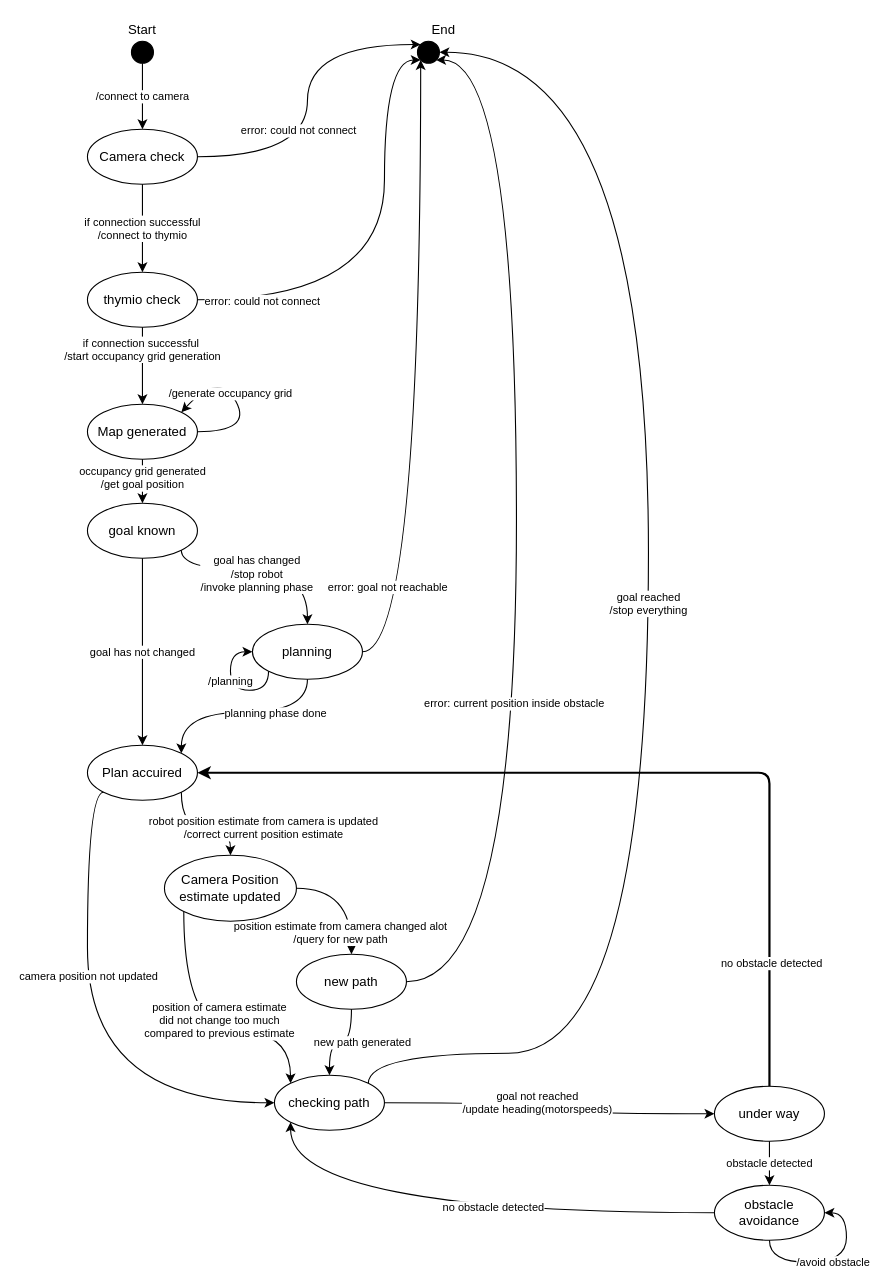
micht1/publicmobileRobotics keeps this draw.io diagram as documentation/stateEventRobotics.drawio. Above is the earlier version. Source tidied: cells renumbered, new cells numbered last; positions are measured from the earlier drawing's top-left corner, leaving out a move shared by most shapes. Both pictures are drawn from the tidied source at 110%, with x=0, y=0 at pixel (87, 19).
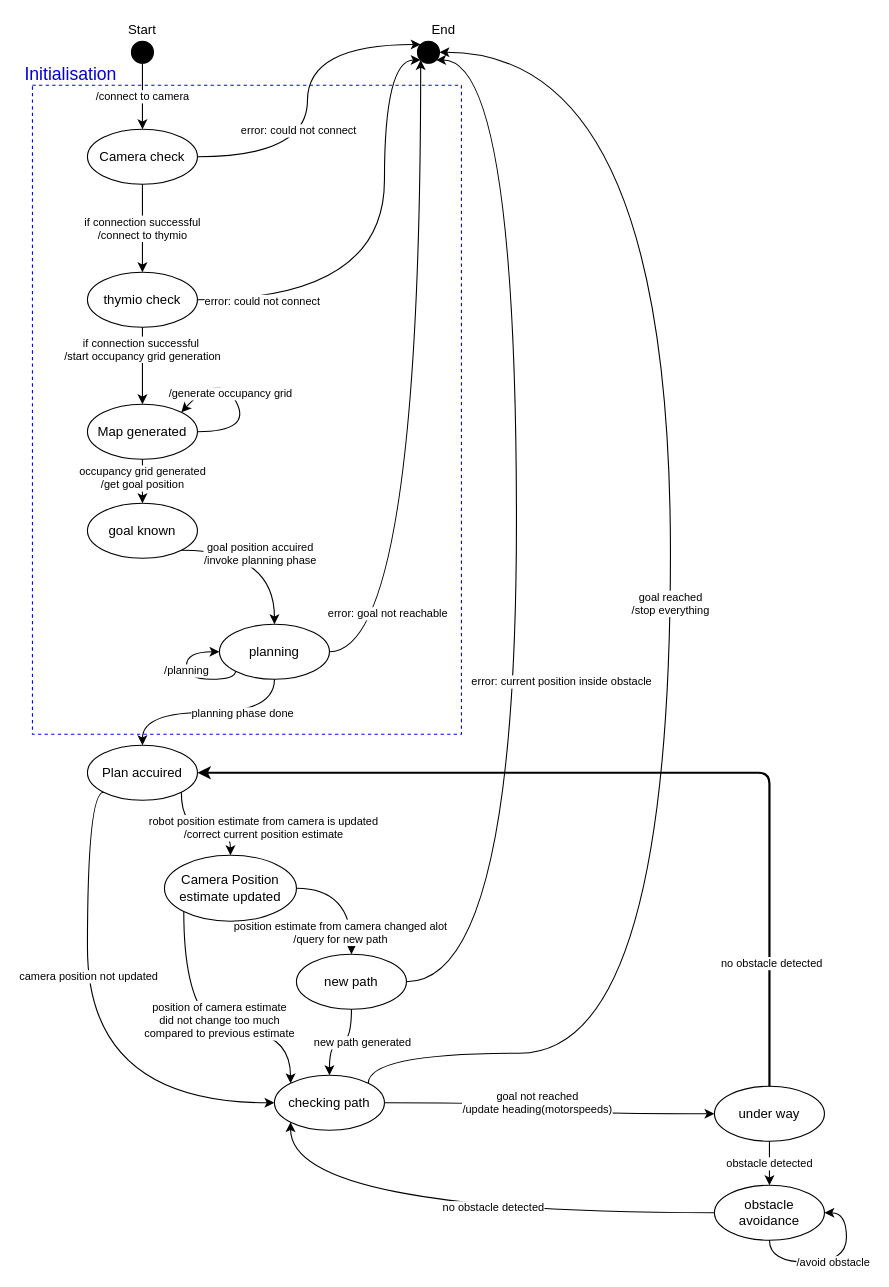
The same diagram, later.

The change refers to these unchanged cells:
```xml
<mxCell id="13" style="ellipse;whiteSpace=wrap;html=1;fillColor=#000000;" parent="1" vertex="1">
  <mxGeometry x="300" y="20" width="20" height="20" as="geometry" />
</mxCell>
<mxCell id="21" value="goal known" style="ellipse;whiteSpace=wrap;html=1;fillColor=none;" parent="1" vertex="1">
  <mxGeometry y="440" width="100" height="50" as="geometry" />
</mxCell>
<mxCell id="25" value="Plan accuired" style="ellipse;whiteSpace=wrap;html=1;fillColor=none;" parent="1" vertex="1">
  <mxGeometry y="660" width="100" height="50" as="geometry" />
</mxCell>
<mxCell id="36" value="checking path" style="ellipse;whiteSpace=wrap;html=1;fillColor=none;" parent="1" vertex="1">
  <mxGeometry x="170" y="960" width="100" height="50" as="geometry" />
</mxCell>
<mxCell id="41" style="edgeStyle=orthogonalEdgeStyle;curved=1;jettySize=auto;html=1;exitX=1;exitY=0.5;exitDx=0;exitDy=0;fontSize=10;" parent="1" edge="1" source="44">
  <mxGeometry relative="1" as="geometry">
    <mxPoint x="317" y="37" as="targetPoint" />
    <Array as="points">
      <mxPoint x="390" y="875" />
      <mxPoint x="390" y="37" />
    </Array>
  </mxGeometry>
</mxCell>
```

Change to the diagram source:
```diff
@@
-    <mxCell id="18" value="goal has not changed" style="edgeStyle=orthogonalEdgeStyle;rounded=0;jettySize=auto;html=1;exitX=0.5;exitY=1;exitDx=0;exitDy=0;entryX=0.5;entryY=0;entryDx=0;entryDy=0;fontSize=10;" parent="1" edge="1" source="21" target="25">
-      <mxGeometry relative="1" as="geometry" />
-    </mxCell>
     <mxCell id="19" style="edgeStyle=orthogonalEdgeStyle;rounded=0;jettySize=auto;html=1;exitX=1;exitY=1;exitDx=0;exitDy=0;entryX=0.5;entryY=0;entryDx=0;entryDy=0;fontSize=10;curved=1;" parent="1" edge="1" source="21" target="30">
-      <mxGeometry relative="1" as="geometry">
-        <Array as="points">
-          <mxPoint x="85" y="500" />
-          <mxPoint x="200" y="500" />
-        </Array>
-      </mxGeometry>
+      <mxGeometry relative="1" as="geometry" />
     </mxCell>
-    <mxCell id="20" value="goal has changed&lt;br&gt;/stop robot&lt;br&gt;/invoke planning phase" style="edgeLabel;html=1;align=center;verticalAlign=middle;fontSize=10;" parent="19" vertex="1">
+    <mxCell id="20" value="goal position accuired&lt;br&gt;/invoke planning phase" style="edgeLabel;html=1;align=center;verticalAlign=middle;fontSize=10;" parent="19" vertex="1">
       <mxGeometry x="-0.07" y="-3" relative="1" as="geometry" />
     </mxCell>
@@
-    <mxCell id="26" style="edgeStyle=orthogonalEdgeStyle;curved=1;rounded=0;jettySize=auto;html=1;exitX=0.5;exitY=1;exitDx=0;exitDy=0;entryX=1;entryY=0;entryDx=0;entryDy=0;fontSize=10;" parent="1" edge="1" source="30" target="25">
+    <mxCell id="26" style="edgeStyle=orthogonalEdgeStyle;curved=1;rounded=0;jettySize=auto;html=1;exitX=0.5;exitY=1;exitDx=0;exitDy=0;entryX=0.5;entryY=0;entryDx=0;entryDy=0;fontSize=10;" parent="1" edge="1" source="30" target="25">
       <mxGeometry relative="1" as="geometry" />
     </mxCell>
@@
     <mxCell id="30" value="planning" style="ellipse;whiteSpace=wrap;html=1;fillColor=none;" parent="1" vertex="1">
-      <mxGeometry x="150" y="550" width="100" height="50" as="geometry" />
+      <mxGeometry x="120" y="550" width="100" height="50" as="geometry" />
     </mxCell>
     <mxCell id="31" style="edgeStyle=orthogonalEdgeStyle;curved=1;rounded=0;orthogonalLoop=1;jettySize=auto;html=1;exitX=0;exitY=1;exitDx=0;exitDy=0;entryX=0;entryY=0.5;entryDx=0;entryDy=0;fontSize=10;" parent="1" edge="1" source="30" target="30">
       <mxGeometry relative="1" as="geometry">
         <Array as="points">
-          <mxPoint x="165" y="610" />
-          <mxPoint x="130" y="610" />
-          <mxPoint x="130" y="575" />
+          <mxPoint x="135" y="600" />
+          <mxPoint x="90" y="600" />
+          <mxPoint x="90" y="575" />
         </Array>
       </mxGeometry>
     </mxCell>
@@
     <mxCell id="33" value="goal reached&lt;br&gt;/stop everything" style="edgeStyle=orthogonalEdgeStyle;curved=1;jettySize=auto;html=1;exitX=1;exitY=0;exitDx=0;exitDy=0;entryX=1;entryY=0.5;entryDx=0;entryDy=0;fontSize=10;" parent="1" edge="1" source="36" target="13">
       <mxGeometry relative="1" as="geometry">
         <Array as="points">
           <mxPoint x="255" y="940" />
-          <mxPoint x="510" y="940" />
-          <mxPoint x="510" y="30" />
+          <mxPoint x="530" y="940" />
+          <mxPoint x="530" y="30" />
         </Array>
       </mxGeometry>
     </mxCell>
@@
     <mxCell id="42" value="error: current position inside obstacle" style="edgeLabel;html=1;align=center;verticalAlign=middle;fontSize=10;" parent="41" vertex="1">
       <mxGeometry x="-0.55" y="3" relative="1" as="geometry">
-        <mxPoint y="-127" as="offset" />
+        <mxPoint x="43" y="-147" as="offset" />
       </mxGeometry>
     </mxCell>
@@
+    <mxCell id="52" style="rounded=0;whiteSpace=wrap;html=1;fillColor=none;dashed=1;strokeColor=#0000FF;" parent="1" vertex="1">
+      <mxGeometry x="-50" y="60" width="390" height="590" as="geometry" />
+    </mxCell>
+    <mxCell id="53" value="&lt;font color=&quot;#0000cc&quot; style=&quot;font-size: 16px&quot;&gt;Initialisation&lt;/font&gt;" style="text;html=1;strokeColor=none;fillColor=none;align=center;verticalAlign=middle;whiteSpace=wrap;rounded=0;dashed=1;" parent="1" vertex="1">
+      <mxGeometry x="-50" y="40" width="70" height="20" as="geometry" />
+    </mxCell>
```
